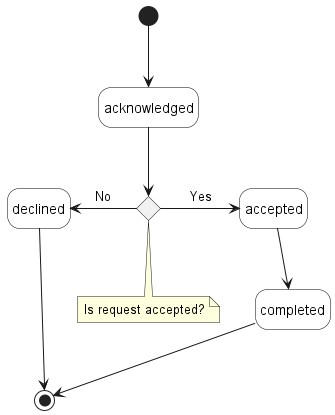
Above: documentation/serviceApi/pm/performance/media/modifyPerformanceJobStates.png in MEF-GIT/MEF-LSO-Legato-SDK (PlantUML), before the change.
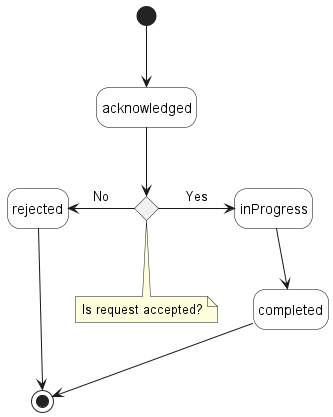
After the commit.

Diff of the diagram source:
```diff
@@ -13,13 +13,13 @@
 
 acknowledged -d-> request_accepted
 
-request_accepted -l-> declined: No
+request_accepted -l-> rejected: No
 
-request_accepted -r-> accepted: Yes
+request_accepted -r-> inProgress: Yes
 
-accepted -d-> completed
+inProgress -d-> completed
 
-declined -d-> [*]
+rejected -d-> [*]
 completed -d-> [*]
 
 @enduml
```
